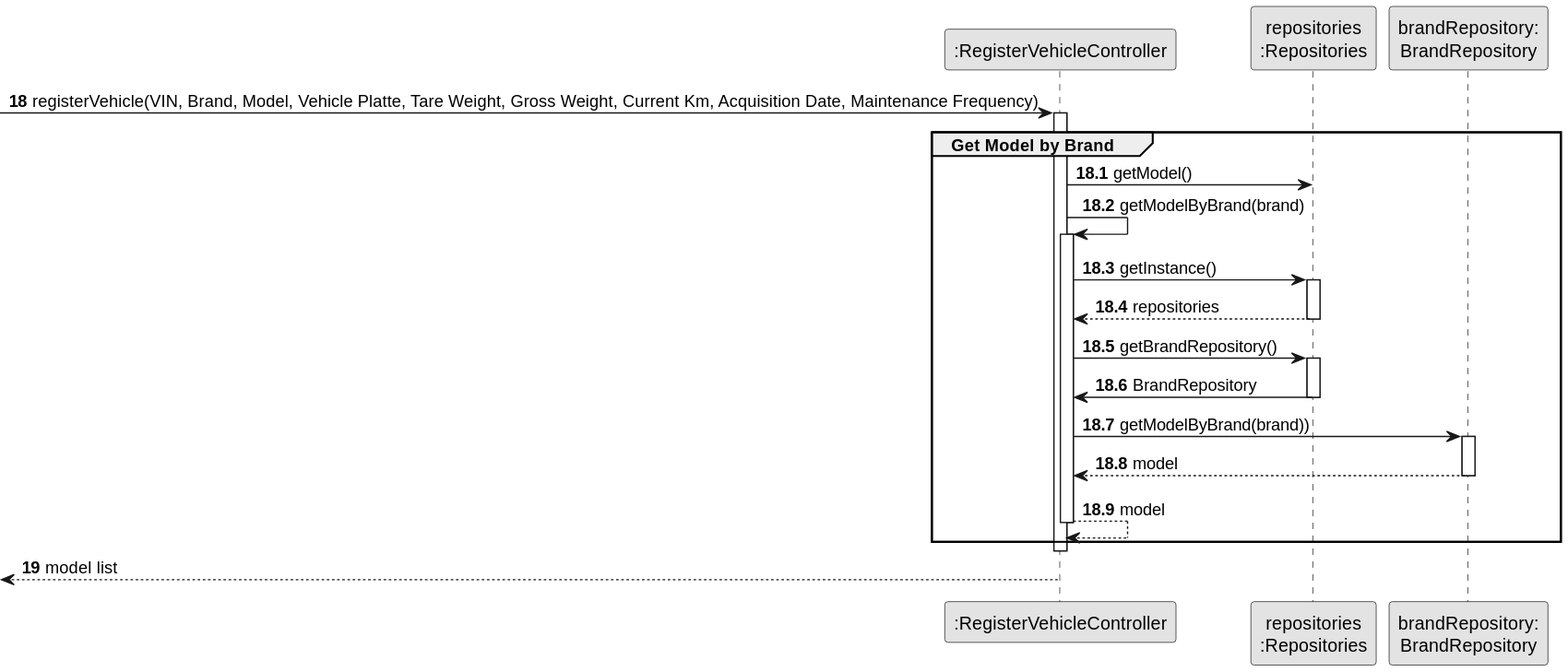
Before: docs/sprintB/us006/03.design/svg/us006-sequence-diagram-partial-get-model-by-brand.svg, a diagram exported from PlantUML (ricardomm7/leaflink).
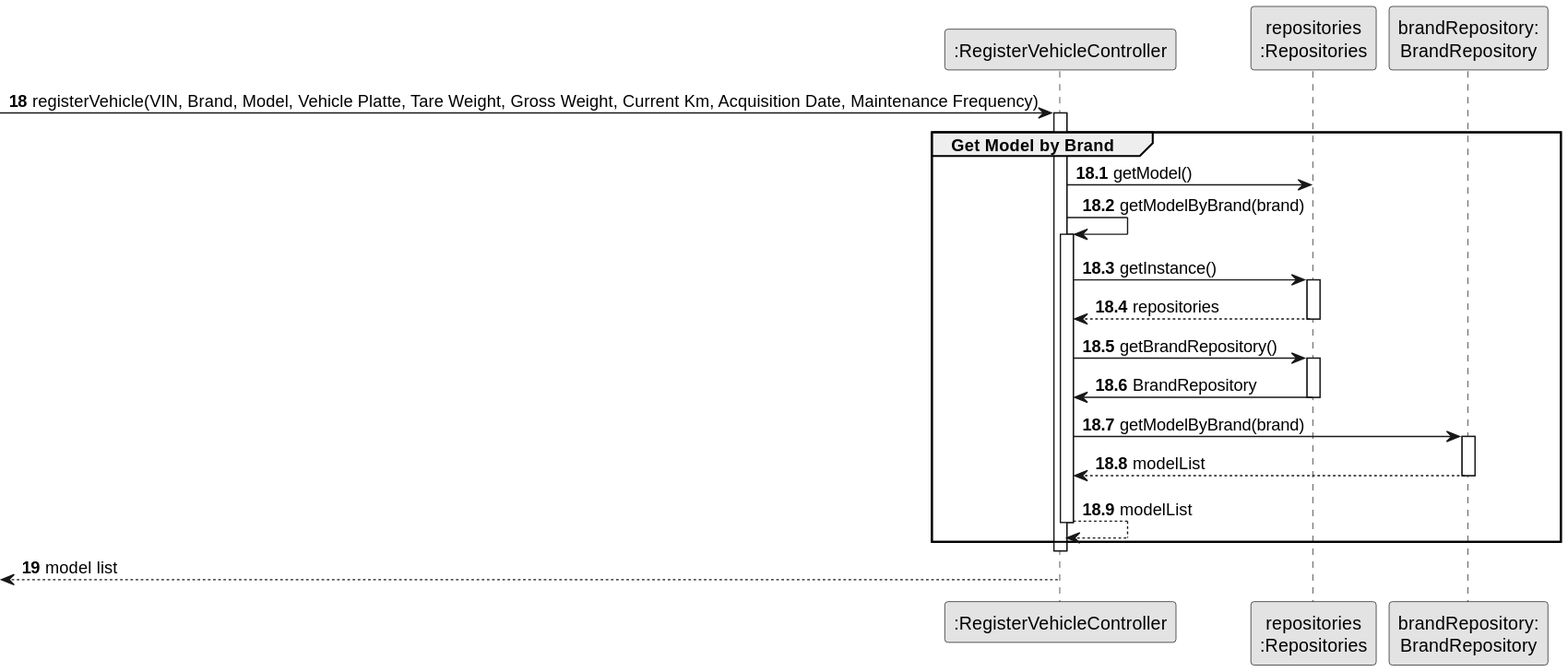
Above is the later version.

Diff of the diagram source:
```diff
@@ -30,13 +30,13 @@
                                     PLAT -> CTRL : BrandRepository
                                     deactivate PLAT
 
-                                    CTRL -> BrandRepository : getModelByBrand(brand))
+                                    CTRL -> BrandRepository : getModelByBrand(brand)
                                     activate BrandRepository
 
-                                    BrandRepository --> CTRL : model
+                                    BrandRepository --> CTRL : modelList
                                     deactivate BrandRepository
 
-                                CTRL --> CTRL : model
+                                CTRL --> CTRL : modelList
                                 deactivate CTRL
 
     end
```
